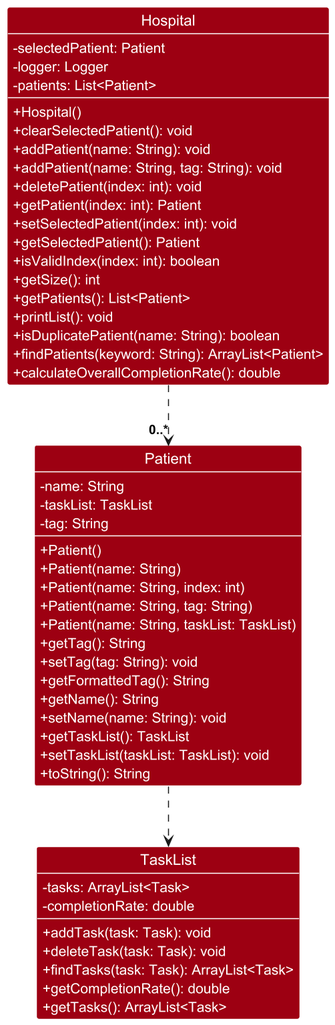
The PlantUML diagram docs/images/HospitalClassDiagram.png in nus-cs2113-AY2425S1/tp, before a commit.
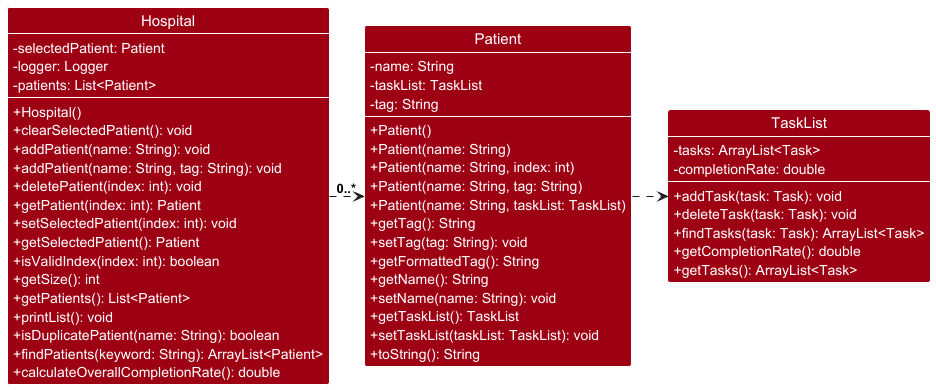
Later version of the same file.

Commit message:
Refactor diagrams for improved readability

Changes made:
* Resized diagrams to ensure it aligns with the font sizes in the Developer
Guide

These updates enhance readability,making the diagrams more intuitive
for users to read.

What changed in the source:
```diff
@@ -1,8 +1,6 @@
 @startuml
 
 !include style.puml
-scale 1.5
-
 
 class Hospital DATA_COLOR {
     - selectedPatient: Patient
@@ -59,7 +57,7 @@
 }
 
 
-Hospital .down.> "0..*" Patient
-Patient .down.> TaskList
+Hospital .right.> "0..*" Patient
+Patient .right.> TaskList
 
 @enduml
```
